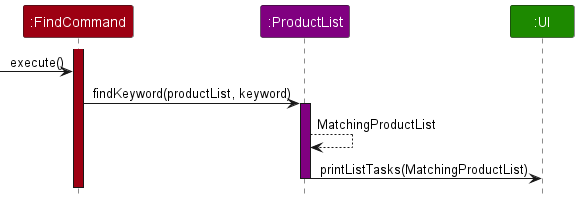
Above: docs/images/FindCommandExecuteSequenceDiagram.png in leongxingyu/tp (PlantUML), before the change.
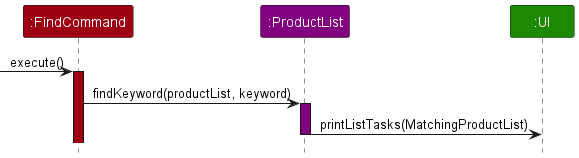
The same diagram one commit later.

Change to the diagram source:
```diff
@@ -6,13 +6,11 @@
 Participant ":ProductList" as productlist PRODUCTLIST_COLOR
 Participant ":UI" as ui UI_COLOR
 
+-> command : execute()
 activate command COMMANDS_COLOR
--> command : execute()
 
 command -> productlist : findKeyword(productList, keyword)
 activate productlist PRODUCTLIST_COLOR
-productlist --> productlist: MatchingProductList
-
 
 productlist -> ui : printListTasks(MatchingProductList)
 deactivate productlist
```
